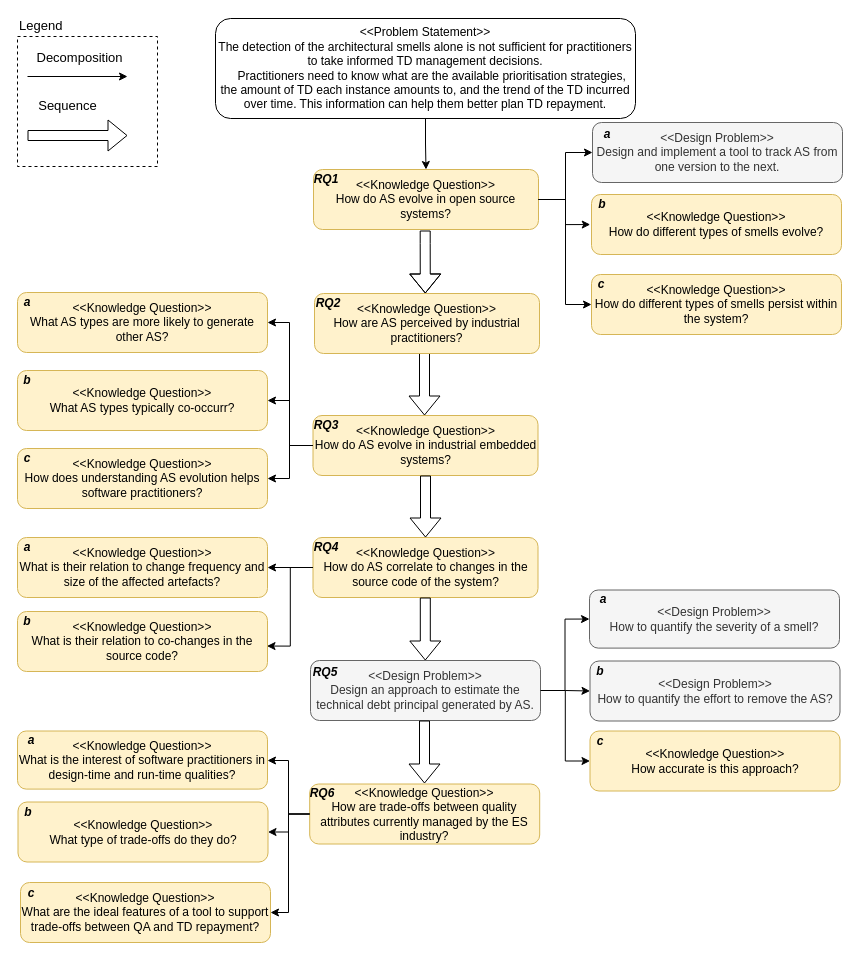
Earlier version of the draw.io diagram Figures/c1/problem-decomposition.drawio (darius-sas/phd-dissertation). Source tidied: cells renumbered, new cells numbered last; positions are measured from the earlier drawing's top-left corner, leaving out a move shared by most shapes. Both pictures are drawn from the tidied source at 100%, with x=0, y=0 at pixel (17, 18).
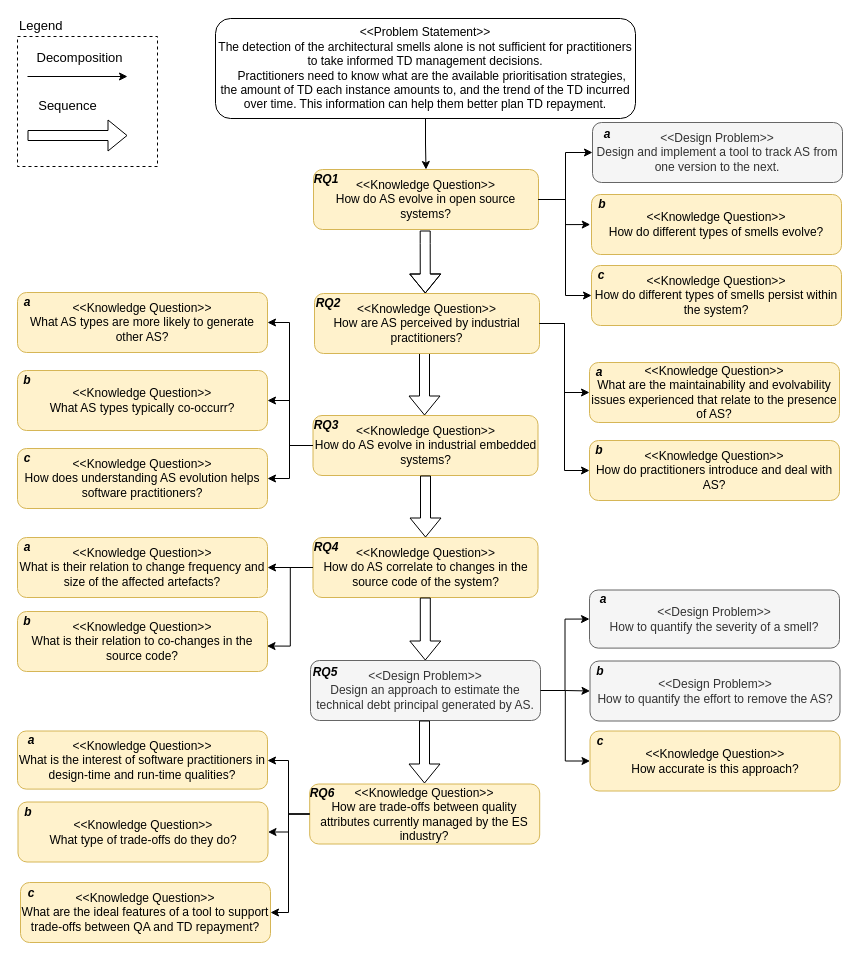
Above is the later version.

Commit message (it also covers changes not shown here):
Revised problem decomposition

Unchanged cells that the change refers to:
```xml
<mxCell id="18" value="&amp;lt;&amp;lt;Knowledge Question&amp;gt;&amp;gt;&lt;br&gt;How do AS evolve in open source systems?" style="rounded=1;whiteSpace=wrap;html=1;fillColor=#fff2cc;strokeColor=#d6b656;" parent="17" vertex="1">
  <mxGeometry width="225" height="60" as="geometry" />
</mxCell>
<mxCell id="30" value="&amp;lt;&amp;lt;Knowledge Question&amp;gt;&amp;gt;&lt;br&gt;How do different types of smells persist within the system?" style="rounded=1;whiteSpace=wrap;html=1;fillColor=#fff2cc;strokeColor=#d6b656;" parent="29" vertex="1">
  <mxGeometry width="250" height="60" as="geometry" />
</mxCell>
<mxCell id="92" value="&amp;lt;&amp;lt;Knowledge Question&amp;gt;&amp;gt;&lt;br&gt;How are AS perceived by industrial practitioners?" style="rounded=1;whiteSpace=wrap;html=1;fillColor=#fff2cc;strokeColor=#d6b656;" parent="91" vertex="1">
  <mxGeometry width="225" height="60" as="geometry" />
</mxCell>
```

The edit, as a diff of the source:
```diff
@@
     <mxCell id="29" style="group;" parent="1" vertex="1">
-      <mxGeometry x="574" y="256" width="250" height="60" as="geometry" />
+      <mxGeometry x="574" y="247" width="250" height="60" as="geometry" />
     </mxCell>
@@
     <mxCell id="65" style="edgeStyle=orthogonalEdgeStyle;rounded=0;jettySize=auto;html=1;entryX=0;entryY=0.5;entryDx=0;entryDy=0;exitX=1;exitY=0.5;exitDx=0;exitDy=0;" parent="1" edge="1" source="18" target="30">
       <mxGeometry relative="1" as="geometry">
         <Array as="points">
           <mxPoint x="548" y="181" />
-          <mxPoint x="548" y="286" />
+          <mxPoint x="548" y="277" />
         </Array>
       </mxGeometry>
     </mxCell>
@@
+    <mxCell id="95" style="group;" parent="1" vertex="1">
+      <mxGeometry x="572" y="344" width="250" height="60" as="geometry" />
+    </mxCell>
+    <mxCell id="96" value="&amp;lt;&amp;lt;Knowledge Question&amp;gt;&amp;gt;&lt;br&gt;What are the maintainability and evolvability issues experienced that relate to the presence of AS?" style="rounded=1;whiteSpace=wrap;html=1;fillColor=#fff2cc;strokeColor=#d6b656;" parent="95" vertex="1">
+      <mxGeometry width="250" height="60" as="geometry" />
+    </mxCell>
+    <mxCell id="97" value="a" style="text;html=1;strokeColor=none;fillColor=none;align=center;verticalAlign=middle;whiteSpace=wrap;rounded=0;fontStyle=3;" parent="95" vertex="1">
+      <mxGeometry width="20" height="20" as="geometry" />
+    </mxCell>
+    <mxCell id="98" style="group;" parent="1" vertex="1">
+      <mxGeometry x="572" y="422" width="250" height="60" as="geometry" />
+    </mxCell>
+    <mxCell id="99" value="&amp;lt;&amp;lt;Knowledge Question&amp;gt;&amp;gt;&lt;br&gt;How do practitioners introduce and deal with AS?" style="rounded=1;whiteSpace=wrap;html=1;fillColor=#fff2cc;strokeColor=#d6b656;" parent="98" vertex="1">
+      <mxGeometry width="250" height="60" as="geometry" />
+    </mxCell>
+    <mxCell id="100" value="b" style="text;html=1;strokeColor=none;fillColor=none;align=center;verticalAlign=middle;whiteSpace=wrap;rounded=0;fontStyle=3;" parent="98" vertex="1">
+      <mxGeometry width="20" height="20" as="geometry" />
+    </mxCell>
+    <mxCell id="101" style="edgeStyle=orthogonalEdgeStyle;rounded=0;jettySize=auto;html=1;entryX=0;entryY=0.5;entryDx=0;entryDy=0;" parent="1" edge="1" source="92" target="96">
+      <mxGeometry relative="1" as="geometry" />
+    </mxCell>
+    <mxCell id="102" style="edgeStyle=orthogonalEdgeStyle;rounded=0;jettySize=auto;html=1;entryX=0;entryY=0.5;entryDx=0;entryDy=0;" parent="1" edge="1" source="92" target="99">
+      <mxGeometry relative="1" as="geometry" />
+    </mxCell>
```
